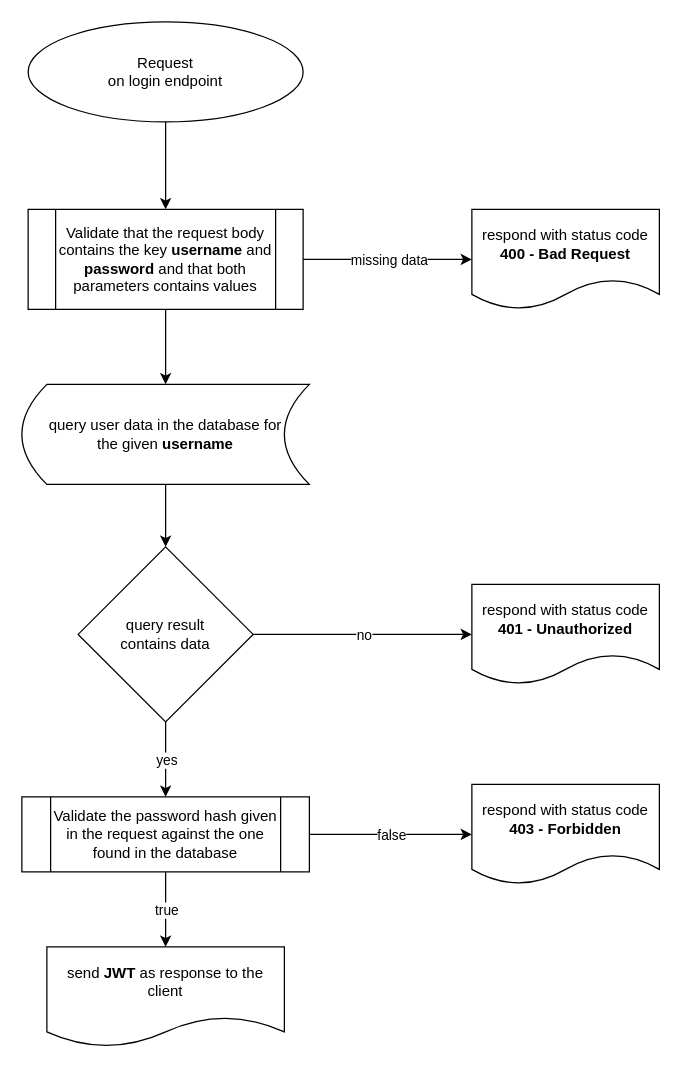
Earlier version of the draw.io diagram docs/authentication.drawio (syr0s/tubester-restful-api). Source tidied: cells renumbered, new cells numbered last; positions are measured from the earlier drawing's top-left corner, leaving out a move shared by most shapes. Both pictures are drawn from the tidied source at 125%, with x=0, y=0 at pixel (21, 21).
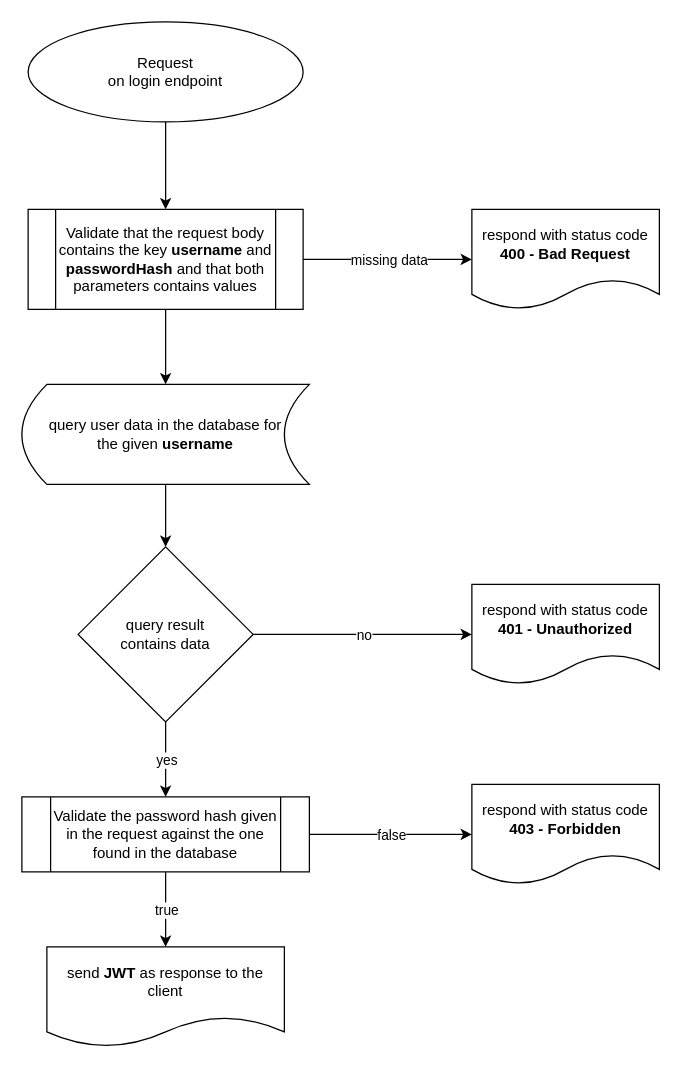
After the change.

The edit, as a diff of the source:
```diff
@@
-    <mxCell id="5" value="Validate that the request body&lt;br&gt;contains the key &lt;b&gt;username&lt;/b&gt; and &lt;b&gt;password&lt;/b&gt; and that both parameters contains values" style="shape=process;whiteSpace=wrap;html=1;backgroundOutline=1;" parent="1" vertex="1">
+    <mxCell id="5" value="Validate that the request body&lt;br&gt;contains the key &lt;b&gt;username&lt;/b&gt; and &lt;b&gt;passwordHash&lt;/b&gt; and that both parameters contains values" style="shape=process;whiteSpace=wrap;html=1;backgroundOutline=1;" parent="1" vertex="1">
       <mxGeometry x="5" y="150" width="220" height="80" as="geometry" />
     </mxCell>
```
